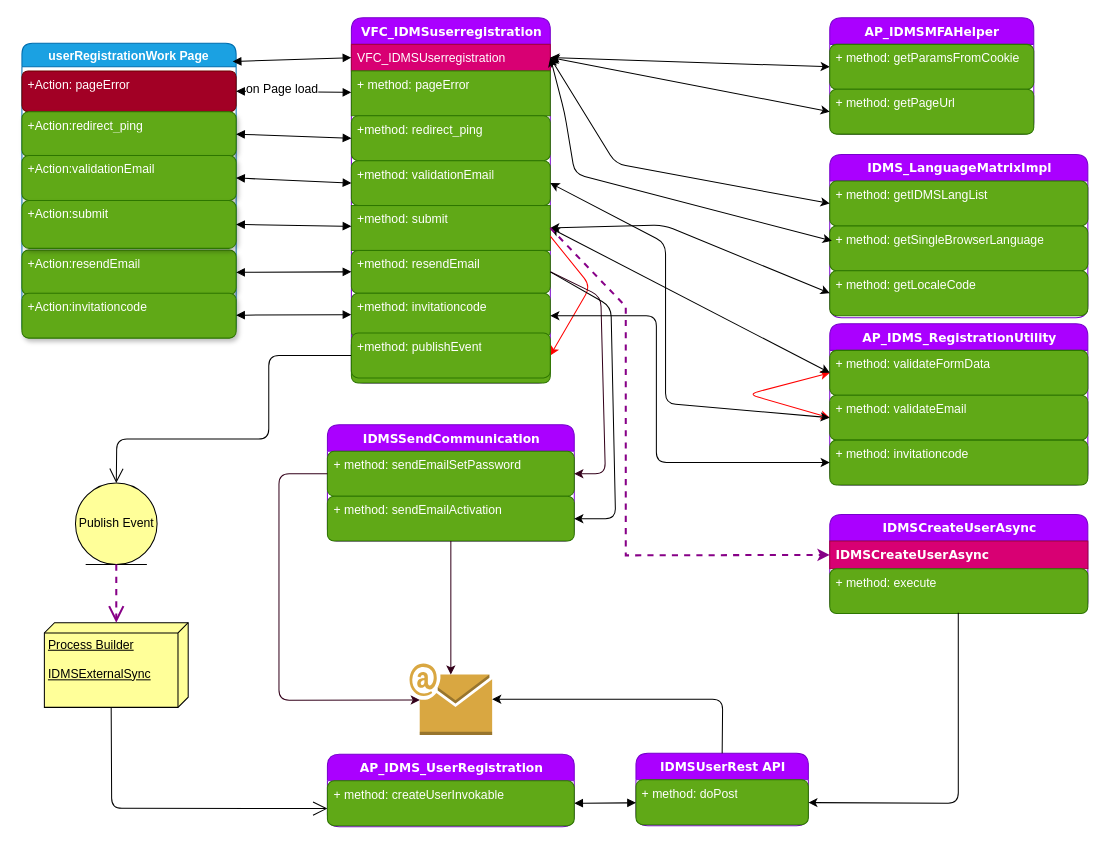
anoopijt/IDMS-Diagrams keeps this draw.io diagram as Registration Diagram B2B - Mobile.drawio. Above is the earlier version. Source tidied: cells renumbered, new cells numbered last; positions are measured from the earlier drawing's top-left corner, leaving out a move shared by most shapes. Both pictures are drawn from the tidied source at 102%, with x=0, y=0 at pixel (21, 17).
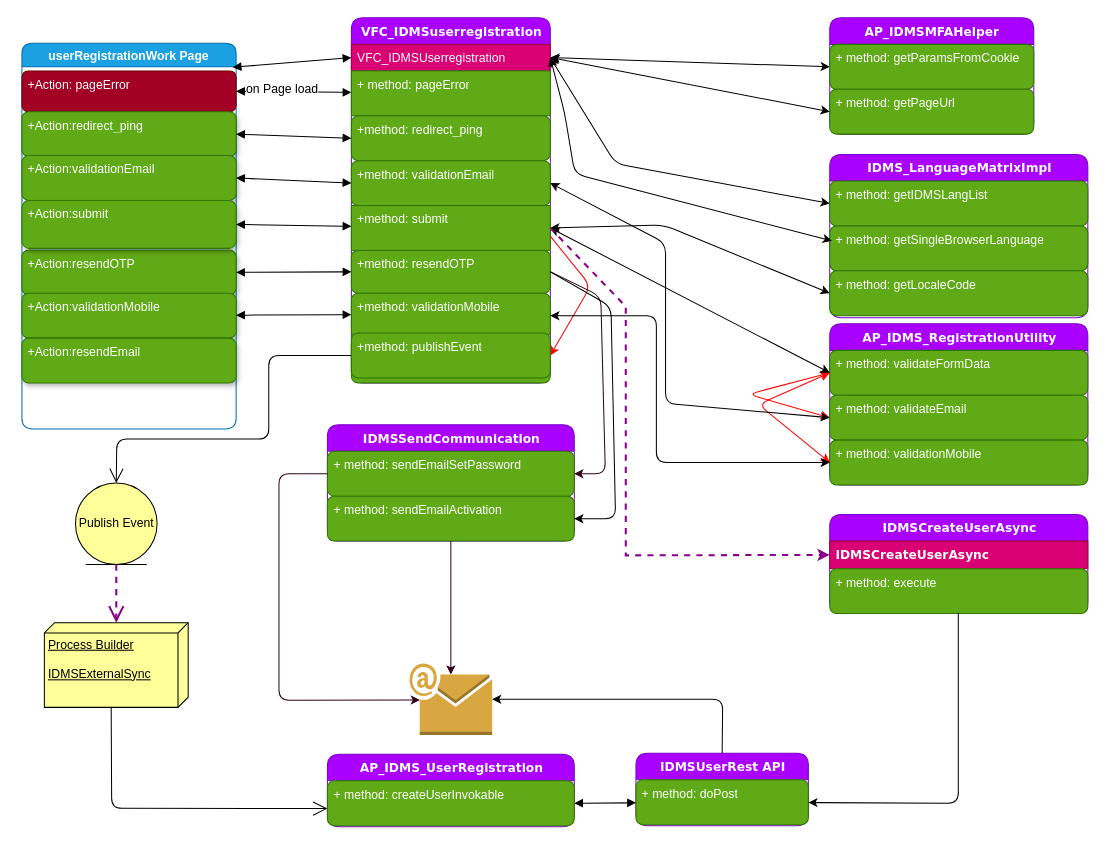
Above is the later version.

Unchanged cells that the change refers to:
```xml
<mxCell id="2" value="VFC_IDMSuserregistration" style="swimlane;html=1;fontStyle=1;align=center;verticalAlign=top;horizontal=1;startSize=26;swimlaneFillColor=#ffffff;rounded=1;shadow=0;comic=0;labelBackgroundColor=none;strokeColor=#7700CC;strokeWidth=1;fillColor=#aa00ff;fontFamily=Verdana;fontSize=12;fontColor=#ffffff;" parent="1" vertex="1">
  <mxGeometry x="323" width="195" height="358" as="geometry" />
</mxCell>
<mxCell id="37" value="AP_IDMS_RegistrationUtility" style="swimlane;html=1;fontStyle=1;align=center;verticalAlign=top;horizontal=1;startSize=26;swimlaneFillColor=#ffffff;rounded=1;shadow=0;comic=0;labelBackgroundColor=none;strokeColor=#7700CC;strokeWidth=1;fillColor=#aa00ff;fontFamily=Verdana;fontSize=12;fontColor=#ffffff;" parent="1" vertex="1">
  <mxGeometry x="792" y="300" width="253" height="158" as="geometry" />
</mxCell>
<mxCell id="38" value="+ method: validateFormData" style="text;html=1;strokeColor=#2D7600;fillColor=#60a917;align=left;verticalAlign=top;spacingLeft=4;spacingRight=4;whiteSpace=wrap;overflow=hidden;points=[[0,0.5],[1,0.5]];portConstraint=eastwest;shadow=0;comic=0;fontColor=#ffffff;rounded=1;" parent="37" vertex="1">
  <mxGeometry y="26" width="253" height="44" as="geometry" />
</mxCell>
```

What changed in the source:
```diff
@@
-    <mxCell id="8" value="+method: resendEmail" style="text;html=1;strokeColor=#2D7600;fillColor=#60a917;align=left;verticalAlign=top;spacingLeft=4;spacingRight=4;whiteSpace=wrap;overflow=hidden;points=[[0,0.5],[1,0.5]];portConstraint=eastwest;rounded=1;fontColor=#ffffff;" parent="2" vertex="1">
+    <mxCell id="8" value="+method: resendOTP" style="text;html=1;strokeColor=#2D7600;fillColor=#60a917;align=left;verticalAlign=top;spacingLeft=4;spacingRight=4;whiteSpace=wrap;overflow=hidden;points=[[0,0.5],[1,0.5]];portConstraint=eastwest;rounded=1;fontColor=#ffffff;" parent="2" vertex="1">
       <mxGeometry y="228" width="195" height="42" as="geometry" />
     </mxCell>
@@
-    <mxCell id="10" value="+method: invitationcode" style="text;html=1;strokeColor=#2D7600;fillColor=#60a917;align=left;verticalAlign=top;spacingLeft=4;spacingRight=4;whiteSpace=wrap;overflow=hidden;points=[[0,0.5],[1,0.5]];portConstraint=eastwest;rounded=1;fontColor=#ffffff;" parent="2" vertex="1">
+    <mxCell id="10" value="+method: validationMobile" style="text;html=1;strokeColor=#2D7600;fillColor=#60a917;align=left;verticalAlign=top;spacingLeft=4;spacingRight=4;whiteSpace=wrap;overflow=hidden;points=[[0,0.5],[1,0.5]];portConstraint=eastwest;rounded=1;fontColor=#ffffff;" parent="2" vertex="1">
       <mxGeometry y="270" width="195" height="44" as="geometry" />
     </mxCell>
@@
     <mxCell id="12" value="userRegistrationWork Page" style="swimlane;fillColor=#1ba1e2;strokeColor=#006EAF;fontColor=#ffffff;rounded=1;" parent="1" vertex="1">
-      <mxGeometry y="25" width="210" height="288" as="geometry" />
+      <mxGeometry y="25" width="210" height="378" as="geometry" />
     </mxCell>
@@
-    <mxCell id="17" value="+Action:resendEmail" style="text;html=1;strokeColor=#2D7600;fillColor=#60a917;align=left;verticalAlign=top;spacingLeft=4;spacingRight=4;whiteSpace=wrap;overflow=hidden;points=[[0,0.5],[1,0.5]];portConstraint=eastwest;shadow=1;rounded=1;glass=0;comic=0;fontColor=#ffffff;" parent="12" vertex="1">
+    <mxCell id="17" value="+Action:resendOTP" style="text;html=1;strokeColor=#2D7600;fillColor=#60a917;align=left;verticalAlign=top;spacingLeft=4;spacingRight=4;whiteSpace=wrap;overflow=hidden;points=[[0,0.5],[1,0.5]];portConstraint=eastwest;shadow=1;rounded=1;glass=0;comic=0;fontColor=#ffffff;" parent="12" vertex="1">
       <mxGeometry y="202.5" width="210" height="44" as="geometry" />
     </mxCell>
@@
-    <mxCell id="19" value="+Action:invitationcode" style="text;html=1;strokeColor=#2D7600;fillColor=#60a917;align=left;verticalAlign=top;spacingLeft=4;spacingRight=4;whiteSpace=wrap;overflow=hidden;shadow=1;rounded=1;glass=0;comic=0;fontColor=#ffffff;" parent="12" vertex="1">
+    <mxCell id="19" value="+Action:validationMobile" style="text;html=1;strokeColor=#2D7600;fillColor=#60a917;align=left;verticalAlign=top;spacingLeft=4;spacingRight=4;whiteSpace=wrap;overflow=hidden;shadow=1;rounded=1;glass=0;comic=0;fontColor=#ffffff;" parent="12" vertex="1">
       <mxGeometry y="245" width="210" height="44" as="geometry" />
     </mxCell>
+    <mxCell id="73" value="+Action:resendEmail" style="text;html=1;strokeColor=#2D7600;fillColor=#60a917;align=left;verticalAlign=top;spacingLeft=4;spacingRight=4;whiteSpace=wrap;overflow=hidden;shadow=1;rounded=1;glass=0;comic=0;fontColor=#ffffff;" parent="12" vertex="1">
+      <mxGeometry y="289" width="210" height="44" as="geometry" />
+    </mxCell>
@@
-    <mxCell id="41" value="+ method: invitationcode" style="text;html=1;strokeColor=#2D7600;fillColor=#60a917;align=left;verticalAlign=top;spacingLeft=4;spacingRight=4;whiteSpace=wrap;overflow=hidden;points=[[0,0.5],[1,0.5]];portConstraint=eastwest;shadow=0;comic=0;fontColor=#ffffff;rounded=1;" parent="37" vertex="1">
+    <mxCell id="41" value="+ method: validationMobile" style="text;html=1;strokeColor=#2D7600;fillColor=#60a917;align=left;verticalAlign=top;spacingLeft=4;spacingRight=4;whiteSpace=wrap;overflow=hidden;points=[[0,0.5],[1,0.5]];portConstraint=eastwest;shadow=0;comic=0;fontColor=#ffffff;rounded=1;" parent="37" vertex="1">
       <mxGeometry y="114" width="253" height="44" as="geometry" />
     </mxCell>
+    <mxCell id="74" style="endArrow=classic;startArrow=classic;html=1;strokeColor=#FF0000;exitX=0;exitY=0.5;exitDx=0;exitDy=0;entryX=0;entryY=0.5;entryDx=0;entryDy=0;" parent="37" edge="1" source="41" target="38">
+      <mxGeometry relative="1" as="geometry">
+        <Array as="points">
+          <mxPoint x="-70" y="79" />
+        </Array>
+      </mxGeometry>
+    </mxCell>
```
